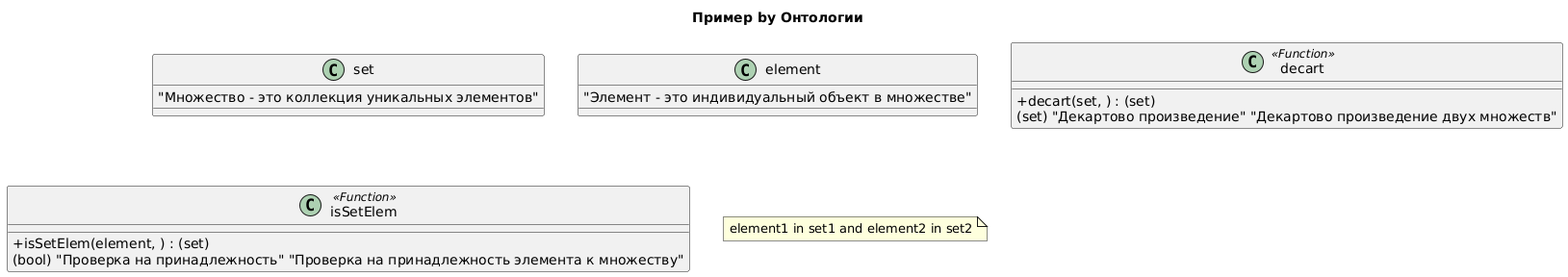
Before: examples/test.png, a diagram exported from PlantUML (vladimir-skvortsov/ontol).
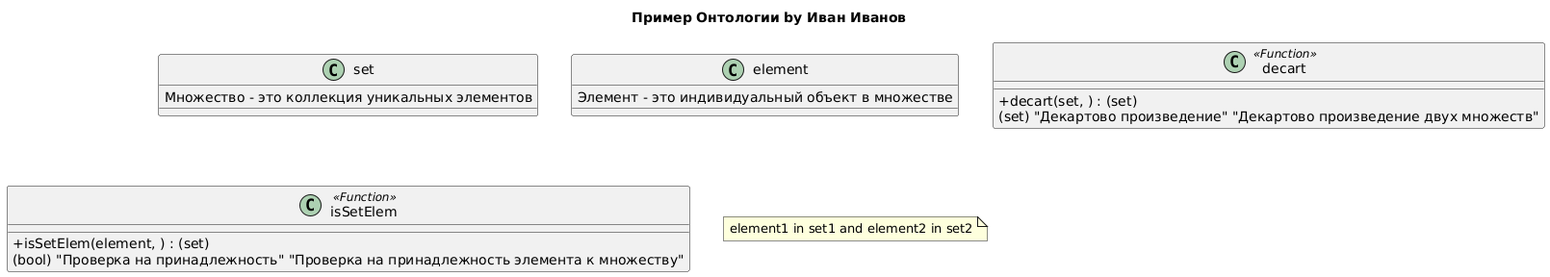
Above is the later version.

Change to the diagram source:
```diff
@@ -1,11 +1,11 @@
 @startuml
 skinparam classAttributeIconSize 0
-title "Пример by Онтологии"
+title Пример Онтологии by Иван Иванов
 class set {
-  "Множество - это коллекция уникальных элементов"
+  Множество - это коллекция уникальных элементов
 }
 class element {
-  "Элемент - это индивидуальный объект в множестве"
+  Элемент - это индивидуальный объект в множестве
 }
 class decart <<Function>> {
   +decart(set, ) : (set)
@@ -15,5 +15,5 @@
   +isSetElem(element, ) : (set)
   (bool) "Проверка на принадлежность" "Проверка на принадлежность элемента к множеству"
 }
-note "element1 in set1 and element2 in set2" as N2691
+note "element1 in set1 and element2 in set2" as N1570
 @enduml
```
